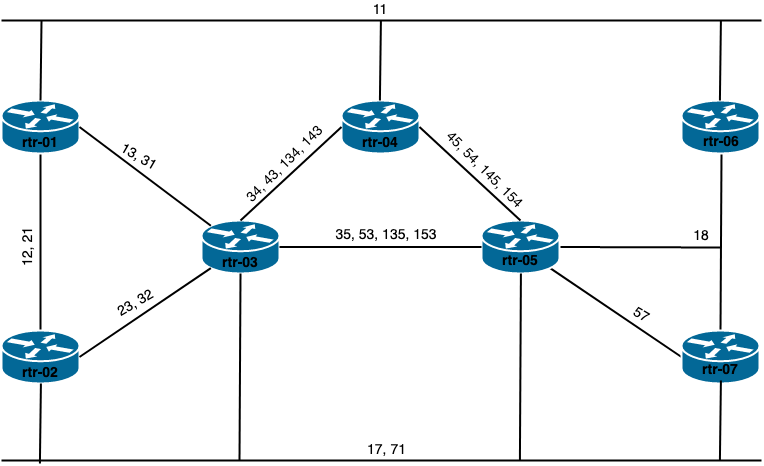
Earlier version of the draw.io export device-config-files/lab-diagram.png (j0hn3/network_programmability_experiments). Source tidied: cells renumbered, new cells last; positions are measured from the earlier drawing's top-left corner, leaving out a move shared by most shapes.
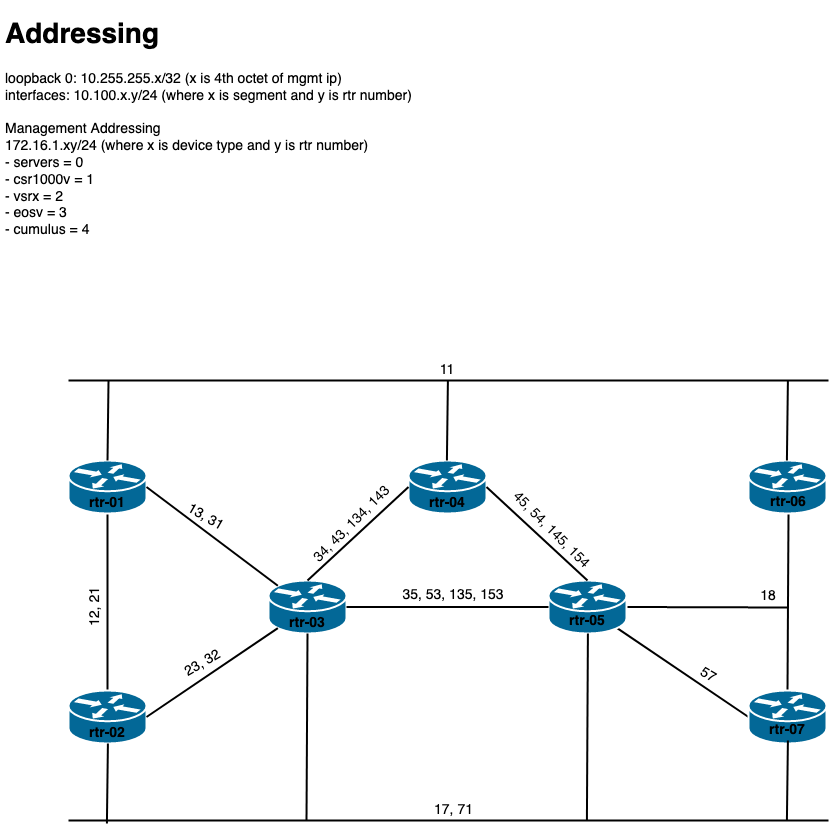
Later version of the same file.

The edit, as a diff of the source:
```diff
@@ -157,5 +157,8 @@
     <mxCell id="43" value="13, 31" style="text;html=1;strokeColor=none;fillColor=none;align=center;verticalAlign=middle;whiteSpace=wrap;rounded=0;fontSize=14;rotation=30;" parent="1" vertex="1">
       <mxGeometry x="111" y="147" width="65" height="20" as="geometry" />
     </mxCell>
+    <mxCell id="44" value="&lt;h1&gt;Addressing&lt;/h1&gt;&lt;div&gt;loopback 0: 10.255.255.x/32 (x is 4th octet of mgmt ip)&lt;/div&gt;&lt;div&gt;interfaces: 10.100.x.y/24 (where x is segment and y is rtr number)&lt;br&gt;&lt;/div&gt;&lt;div&gt;&lt;br&gt;&lt;/div&gt;&lt;div&gt;Management Addressing&lt;/div&gt;&lt;div&gt;172.16.1.xy/24 (where x is device type and y is rtr number)&lt;/div&gt;&lt;div&gt;- servers = 0&lt;br&gt;&lt;/div&gt;&lt;div&gt;- csr1000v = 1&lt;/div&gt;&lt;div&gt;- vsrx = 2&lt;/div&gt;&lt;div&gt;- eosv = 3&lt;/div&gt;&lt;div&gt;- cumulus = 4&lt;br&gt;&lt;/div&gt;&lt;div&gt;&lt;br&gt;&lt;/div&gt;&lt;div&gt;&lt;br&gt;&lt;/div&gt;&lt;div&gt;&lt;br&gt;&lt;/div&gt;" style="text;html=1;strokeColor=none;fillColor=none;spacing=5;spacingTop=-20;whiteSpace=wrap;overflow=hidden;rounded=0;fontSize=14;" parent="1" vertex="1">
+      <mxGeometry x="-62.5" y="-350" width="428.5" height="240" as="geometry" />
+    </mxCell>
   </root>
 </mxGraphModel>
```
